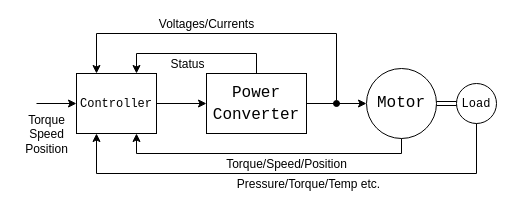
This is ac_drives_generic.drawio from thece36/drawio, a draw.io file, before an edit. Source tidied: cells renumbered, new cells numbered last; positions are measured from the earlier drawing's top-left corner, leaving out a move shared by most shapes. Both pictures are drawn from the tidied source at 100%, with x=0, y=0 at pixel (36, 33).
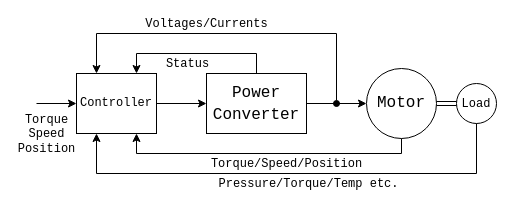
After the change.

Unchanged cells that the change refers to:
```xml
<mxCell id="5" style="edgeStyle=orthogonalEdgeStyle;rounded=0;jettySize=auto;html=1;exitX=0.5;exitY=0;exitDx=0;exitDy=0;entryX=0.75;entryY=0;entryDx=0;entryDy=0;" parent="1" edge="1" source="7" target="3">
  <mxGeometry relative="1" as="geometry" />
</mxCell>
<mxCell id="8" style="edgeStyle=orthogonalEdgeStyle;rounded=0;jettySize=auto;html=1;exitX=0.5;exitY=1;exitDx=0;exitDy=0;entryX=0.75;entryY=1;entryDx=0;entryDy=0;" parent="1" edge="1" source="10" target="3">
  <mxGeometry relative="1" as="geometry">
    <Array as="points">
      <mxPoint x="365" y="120" />
      <mxPoint x="100" y="120" />
    </Array>
  </mxGeometry>
</mxCell>
<mxCell id="11" style="edgeStyle=orthogonalEdgeStyle;rounded=0;jettySize=auto;html=1;exitX=0.5;exitY=1;exitDx=0;exitDy=0;entryX=0.25;entryY=1;entryDx=0;entryDy=0;" parent="1" edge="1" source="13" target="3">
  <mxGeometry relative="1" as="geometry">
    <Array as="points">
      <mxPoint x="440" y="140" />
      <mxPoint x="60" y="140" />
    </Array>
  </mxGeometry>
</mxCell>
<mxCell id="16" style="endArrow=classic;html=1;entryX=0.25;entryY=0;entryDx=0;entryDy=0;rounded=0;edgeStyle=orthogonalEdgeStyle;startArrow=oval;startFill=1;" parent="1" edge="1" target="3">
  <mxGeometry relative="1" as="geometry">
    <mxPoint x="300" y="70" as="sourcePoint" />
    <Array as="points">
      <mxPoint x="300" />
      <mxPoint x="60" />
    </Array>
  </mxGeometry>
</mxCell>
<mxCell id="18" style="endArrow=classic;html=1;entryX=0;entryY=0.5;entryDx=0;entryDy=0;" parent="1" edge="1" target="3">
  <mxGeometry relative="1" as="geometry">
    <mxPoint y="70" as="sourcePoint" />
  </mxGeometry>
</mxCell>
```

What changed in the source:
```diff
@@
-    <mxCell id="3" value="&lt;font style=&quot;font-size: 12px&quot; face=&quot;Courier New&quot;&gt;Controller&lt;/font&gt;" style="rounded=0;whiteSpace=wrap;html=1;fillColor=none;" parent="1" vertex="1">
+    <mxCell id="3" value="&lt;font style=&quot;font-size: 12px&quot;&gt;Controller&lt;/font&gt;" style="rounded=0;whiteSpace=wrap;html=1;fillColor=none;fontFamily=Courier New;" parent="1" vertex="1">
       <mxGeometry x="40" y="40" width="80" height="60" as="geometry" />
     </mxCell>
@@
-    <mxCell id="6" value="Status" style="text;html=1;align=center;verticalAlign=middle;labelBackgroundColor=#ffffff;" parent="5" vertex="1">
+    <mxCell id="6" value="Status" style="text;html=1;align=center;verticalAlign=middle;labelBackgroundColor=none;fontFamily=Courier New;" parent="5" vertex="1">
       <mxGeometry x="-0.07" y="-1" relative="1" as="geometry">
         <mxPoint x="-15.5" y="11" as="offset" />
       </mxGeometry>
     </mxCell>
@@
-    <mxCell id="9" value="Torque/Speed/Position" style="text;html=1;align=center;verticalAlign=middle;labelBackgroundColor=#ffffff;" parent="8" vertex="1">
+    <mxCell id="9" value="Torque/Speed/Position" style="text;html=1;align=center;verticalAlign=middle;labelBackgroundColor=none;fontFamily=Courier New;" parent="8" vertex="1">
       <mxGeometry x="-0.18" relative="1" as="geometry">
         <mxPoint x="-7.5" y="10" as="offset" />
       </mxGeometry>
     </mxCell>
@@
-    <mxCell id="12" value="Pressure/Torque/Temp etc." style="text;html=1;align=center;verticalAlign=middle;labelBackgroundColor=#ffffff;" parent="11" vertex="1">
+    <mxCell id="12" value="Pressure/Torque/Temp etc." style="text;html=1;align=center;verticalAlign=middle;labelBackgroundColor=none;fontFamily=Courier New;" parent="11" vertex="1">
       <mxGeometry x="-0.18" y="2" relative="1" as="geometry">
         <mxPoint x="-26" y="8" as="offset" />
       </mxGeometry>
     </mxCell>
@@
-    <mxCell id="17" value="Voltages/Currents" style="text;html=1;align=center;verticalAlign=middle;labelBackgroundColor=#ffffff;" parent="16" vertex="1">
+    <mxCell id="17" value="Voltages/Currents" style="text;html=1;align=center;verticalAlign=middle;labelBackgroundColor=none;fontFamily=Courier New;" parent="16" vertex="1">
       <mxGeometry x="0.13" relative="1" as="geometry">
         <mxPoint x="-2.5" y="-10" as="offset" />
       </mxGeometry>
     </mxCell>
@@
-    <mxCell id="19" value="&lt;div&gt;Torque&lt;/div&gt;&lt;div&gt;Speed&lt;/div&gt;&lt;div&gt;Position&lt;br&gt;&lt;/div&gt;" style="text;html=1;align=center;verticalAlign=middle;labelBackgroundColor=#ffffff;" parent="18" vertex="1">
+    <mxCell id="19" value="&lt;div&gt;Torque&lt;/div&gt;&lt;div&gt;Speed&lt;/div&gt;&lt;div&gt;Position&lt;br&gt;&lt;/div&gt;" style="text;html=1;align=center;verticalAlign=middle;labelBackgroundColor=none;fontFamily=Courier New;" parent="18" vertex="1">
       <mxGeometry x="-0.53" relative="1" as="geometry">
         <mxPoint x="0.5" y="30" as="offset" />
       </mxGeometry>
     </mxCell>
```
